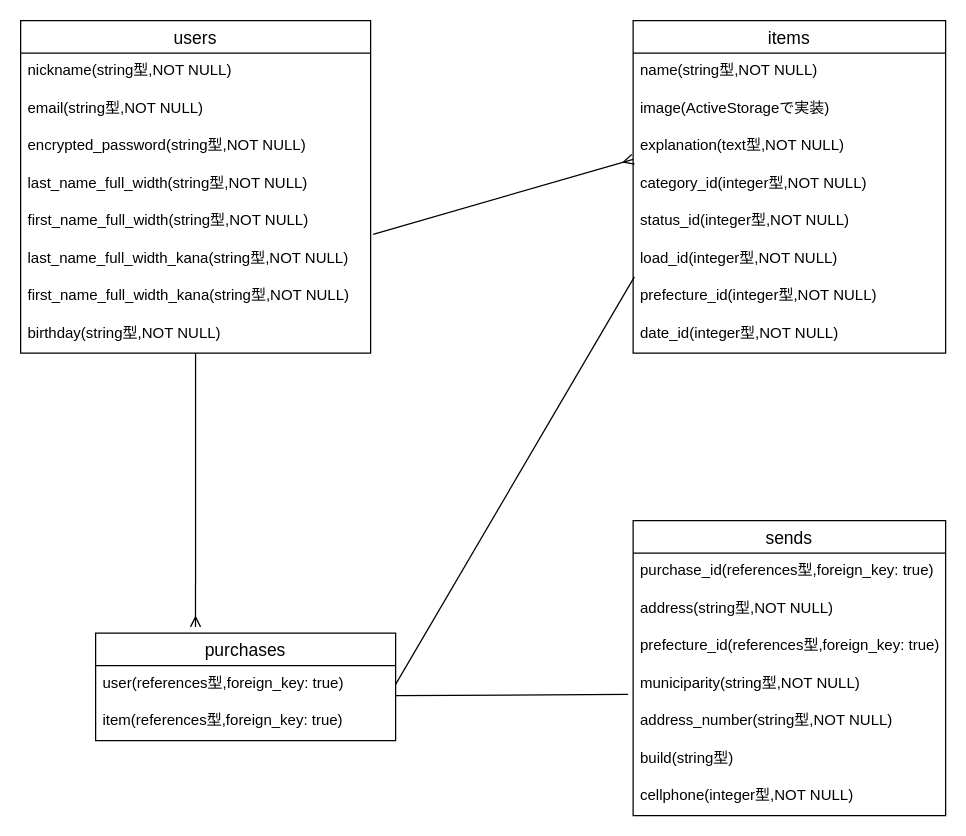
The draw.io diagram page "ページ1" (1 of 2) of furima.dio in chachamaru6/furima-36589, before the edit. Source tidied: cells renumbered, new cells numbered last; positions are measured from the earlier drawing's top-left corner, leaving out a move shared by most shapes. Both pictures are drawn from the tidied source at 125%, with x=0, y=0 at pixel (20, 20).
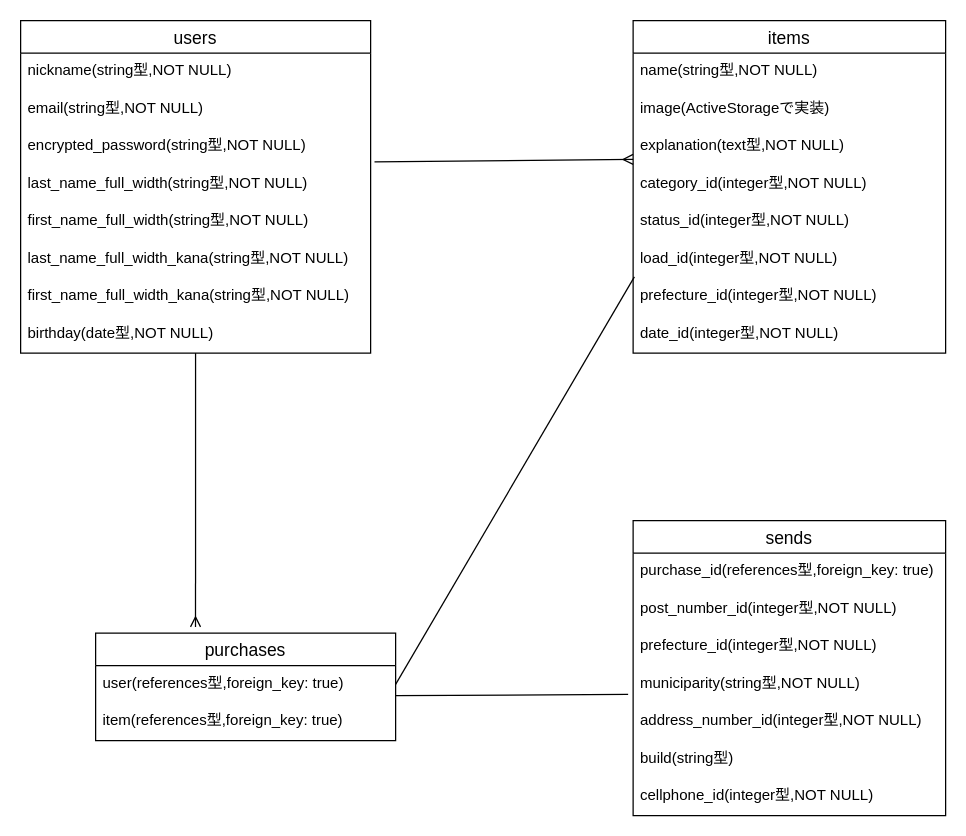
The same page after the edit.

Unchanged cells that the change refers to:
```xml
<mxCell id="3" value="users" style="swimlane;fontStyle=0;horizontal=1;startSize=26;align=center;fontSize=14;labelBackgroundColor=#ffffff;" parent="1" vertex="1">
  <mxGeometry width="280" height="266" as="geometry" />
</mxCell>
<mxCell id="7" value="last_name_full_width(string型,NOT NULL)" style="text;strokeColor=none;fillColor=none;spacingLeft=4;spacingRight=4;overflow=hidden;points=[[0,0.5],[1,0.5]];portConstraint=eastwest;fontSize=12;" parent="3" vertex="1">
  <mxGeometry y="116" width="280" height="30" as="geometry" />
</mxCell>
<mxCell id="24" value="sends" style="swimlane;fontStyle=0;horizontal=1;startSize=26;align=center;fontSize=14;labelBackgroundColor=#ffffff;fillColor=none;" parent="1" vertex="1">
  <mxGeometry x="490" y="400" width="250" height="236" as="geometry" />
</mxCell>
```

What changed in the source:
```diff
@@
-    <mxCell id="11" value="birthday(string型,NOT NULL)" style="text;strokeColor=none;fillColor=none;spacingLeft=4;spacingRight=4;overflow=hidden;fontSize=12;" parent="3" vertex="1">
+    <mxCell id="11" value="birthday(date型,NOT NULL)" style="text;strokeColor=none;fillColor=none;spacingLeft=4;spacingRight=4;overflow=hidden;fontSize=12;" parent="3" vertex="1">
       <mxGeometry y="236" width="280" height="30" as="geometry" />
     </mxCell>
@@
-    <mxCell id="26" value="address(string型,NOT NULL)" style="text;strokeColor=none;fillColor=none;spacingLeft=4;spacingRight=4;overflow=hidden;fontSize=12;" parent="24" vertex="1">
+    <mxCell id="26" value="post_number_id(integer型,NOT NULL)" style="text;strokeColor=none;fillColor=none;spacingLeft=4;spacingRight=4;overflow=hidden;fontSize=12;" parent="24" vertex="1">
       <mxGeometry y="56" width="250" height="30" as="geometry" />
     </mxCell>
-    <mxCell id="27" value="prefecture_id(references型,foreign_key: true)" style="text;strokeColor=none;fillColor=none;spacingLeft=4;spacingRight=4;overflow=hidden;fontSize=12;" parent="24" vertex="1">
+    <mxCell id="27" value="prefecture_id(integer型,NOT NULL)" style="text;strokeColor=none;fillColor=none;spacingLeft=4;spacingRight=4;overflow=hidden;fontSize=12;" parent="24" vertex="1">
       <mxGeometry y="86" width="250" height="30" as="geometry" />
     </mxCell>
@@
-    <mxCell id="29" value="address_number(string型,NOT NULL)" style="text;strokeColor=none;fillColor=none;spacingLeft=4;spacingRight=4;overflow=hidden;fontSize=12;" parent="24" vertex="1">
+    <mxCell id="29" value="address_number_id(integer型,NOT NULL)" style="text;strokeColor=none;fillColor=none;spacingLeft=4;spacingRight=4;overflow=hidden;fontSize=12;" parent="24" vertex="1">
       <mxGeometry y="146" width="250" height="30" as="geometry" />
     </mxCell>
@@
-    <mxCell id="31" value="cellphone(integer型,NOT NULL)" style="text;strokeColor=none;fillColor=none;spacingLeft=4;spacingRight=4;overflow=hidden;fontSize=12;" parent="24" vertex="1">
+    <mxCell id="31" value="cellphone_id(integer型,NOT NULL)" style="text;strokeColor=none;fillColor=none;spacingLeft=4;spacingRight=4;overflow=hidden;fontSize=12;" parent="24" vertex="1">
       <mxGeometry y="206" width="250" height="30" as="geometry" />
     </mxCell>
@@
-    <mxCell id="34" style="edgeStyle=none;rounded=0;sketch=0;orthogonalLoop=1;jettySize=auto;html=1;entryX=0;entryY=0.833;entryDx=0;entryDy=0;entryPerimeter=0;endArrow=ERmany;endFill=0;" parent="1" edge="1">
+    <mxCell id="34" style="edgeStyle=none;rounded=0;sketch=0;jettySize=auto;html=1;entryX=0;entryY=0.833;entryDx=0;entryDy=0;entryPerimeter=0;endArrow=ERmany;endFill=0;exitX=1.011;exitY=-0.1;exitDx=0;exitDy=0;exitPerimeter=0;" parent="1" edge="1" source="7">
       <mxGeometry relative="1" as="geometry">
-        <mxPoint x="282" y="171" as="sourcePoint" />
         <mxPoint x="490" y="111" as="targetPoint" />
       </mxGeometry>
     </mxCell>
```
